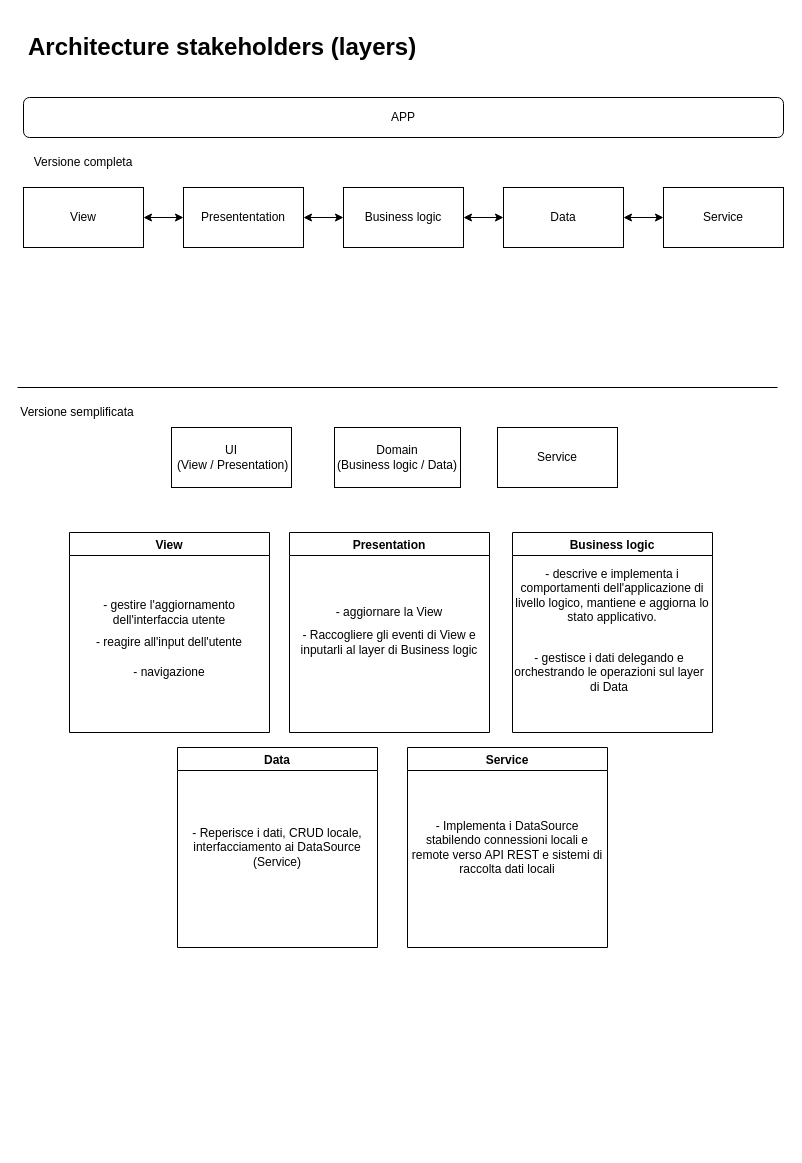
Earlier version of the draw.io diagram tips/architecture-stakeholders.drawio (lorenzo-miuccio/weather-app-flutter). Source tidied: cells renumbered, new cells numbered last; positions are measured from the earlier drawing's top-left corner, leaving out a move shared by most shapes. Both pictures are drawn from the tidied source at 100%, with x=0, y=0 at pixel (17, 27).
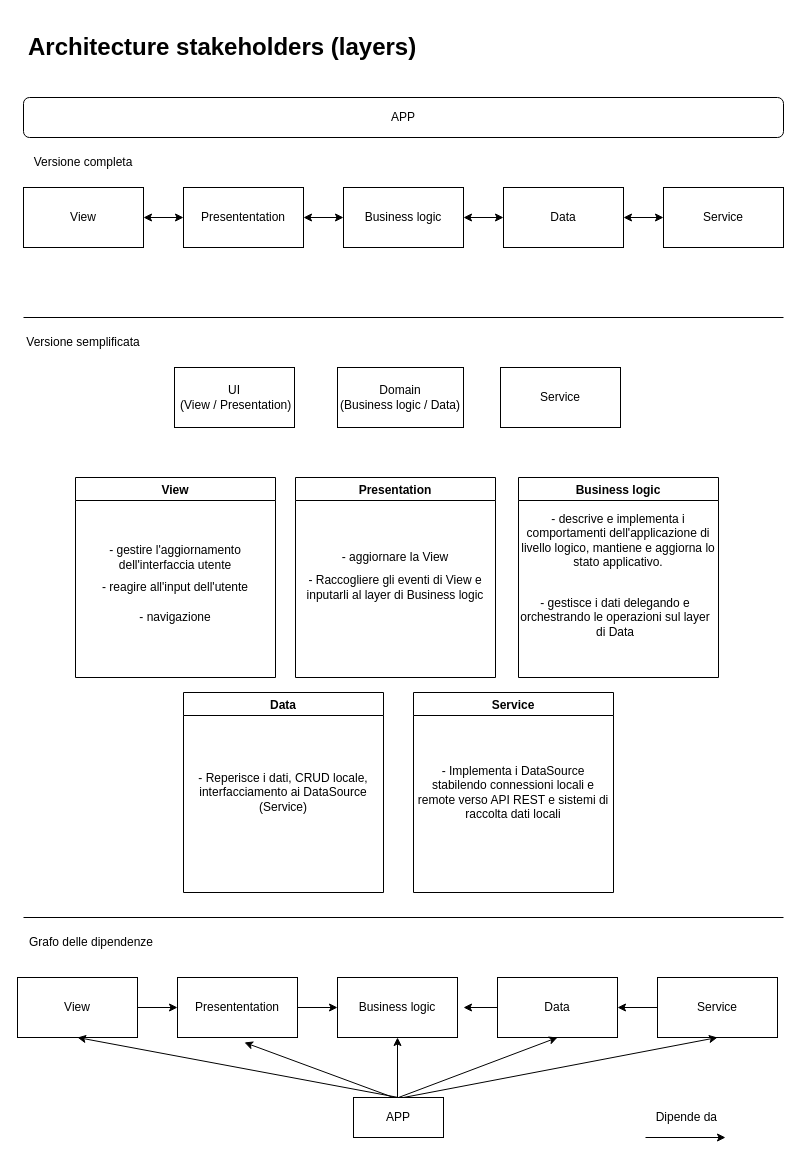
After the change.

The edit, as a diff of the source:
```diff
@@
     <mxCell id="8" value="UI&lt;br&gt;&amp;nbsp;(View / Presentation)" style="rounded=0;whiteSpace=wrap;html=1;" parent="1" vertex="1">
-      <mxGeometry x="154" y="400" width="120" height="60" as="geometry" />
+      <mxGeometry x="157" y="340" width="120" height="60" as="geometry" />
     </mxCell>
     <mxCell id="9" value="Domain&lt;br&gt;(Business logic / Data)" style="rounded=0;whiteSpace=wrap;html=1;" parent="1" vertex="1">
-      <mxGeometry x="317" y="400" width="126" height="60" as="geometry" />
+      <mxGeometry x="320" y="340" width="126" height="60" as="geometry" />
     </mxCell>
     <mxCell id="10" value="Service" style="rounded=0;whiteSpace=wrap;html=1;" parent="1" vertex="1">
-      <mxGeometry x="480" y="400" width="120" height="60" as="geometry" />
+      <mxGeometry x="483" y="340" width="120" height="60" as="geometry" />
     </mxCell>
@@
     <mxCell id="12" value="Versione semplificata" style="text;html=1;strokeColor=none;fillColor=none;align=center;verticalAlign=middle;whiteSpace=wrap;rounded=0;" parent="1" vertex="1">
-      <mxGeometry y="370" width="120" height="30" as="geometry" />
+      <mxGeometry x="6" y="300" width="120" height="30" as="geometry" />
     </mxCell>
     <mxCell id="13" style="endArrow=none;html=1;" parent="1" edge="1">
       <mxGeometry relative="1" as="geometry">
-        <mxPoint y="360" as="sourcePoint" />
-        <mxPoint x="760" y="360" as="targetPoint" />
+        <mxPoint x="6" y="290" as="sourcePoint" />
+        <mxPoint x="766" y="290" as="targetPoint" />
       </mxGeometry>
     </mxCell>
     <mxCell id="14" value="View" style="swimlane;" parent="1" vertex="1">
-      <mxGeometry x="52" y="505" width="200" height="200" as="geometry" />
+      <mxGeometry x="58" y="450" width="200" height="200" as="geometry" />
     </mxCell>
@@
     <mxCell id="18" value="Presentation" style="swimlane;" parent="1" vertex="1">
-      <mxGeometry x="272" y="505" width="200" height="200" as="geometry" />
+      <mxGeometry x="278" y="450" width="200" height="200" as="geometry" />
     </mxCell>
@@
     <mxCell id="21" value="Business logic" style="swimlane;" parent="1" vertex="1">
-      <mxGeometry x="495" y="505" width="200" height="200" as="geometry" />
+      <mxGeometry x="501" y="450" width="200" height="200" as="geometry" />
     </mxCell>
@@
     <mxCell id="24" value="Data" style="swimlane;" parent="1" vertex="1">
-      <mxGeometry x="160" y="720" width="200" height="200" as="geometry" />
+      <mxGeometry x="166" y="665" width="200" height="200" as="geometry" />
     </mxCell>
@@
     <mxCell id="26" value="Service" style="swimlane;" parent="1" vertex="1">
-      <mxGeometry x="390" y="720" width="200" height="200" as="geometry" />
+      <mxGeometry x="396" y="665" width="200" height="200" as="geometry" />
     </mxCell>
@@
+    <mxCell id="33" value="Grafo delle dipendenze" style="text;html=1;strokeColor=none;fillColor=none;align=center;verticalAlign=middle;whiteSpace=wrap;rounded=0;" parent="1" vertex="1">
+      <mxGeometry x="6" y="900" width="136" height="30" as="geometry" />
+    </mxCell>
+    <mxCell id="34" style="endArrow=none;html=1;" parent="1" edge="1">
+      <mxGeometry relative="1" as="geometry">
+        <mxPoint x="6" y="890" as="sourcePoint" />
+        <mxPoint x="766" y="890" as="targetPoint" />
+      </mxGeometry>
+    </mxCell>
+    <mxCell id="35" value="View" style="rounded=0;whiteSpace=wrap;html=1;" parent="1" vertex="1">
+      <mxGeometry y="950" width="120" height="60" as="geometry" />
+    </mxCell>
+    <mxCell id="36" value="Presententation" style="rounded=0;whiteSpace=wrap;html=1;" parent="1" vertex="1">
+      <mxGeometry x="160" y="950" width="120" height="60" as="geometry" />
+    </mxCell>
+    <mxCell id="37" value="Business logic" style="rounded=0;whiteSpace=wrap;html=1;" parent="1" vertex="1">
+      <mxGeometry x="320" y="950" width="120" height="60" as="geometry" />
+    </mxCell>
+    <mxCell id="38" value="Data" style="rounded=0;whiteSpace=wrap;html=1;" parent="1" vertex="1">
+      <mxGeometry x="480" y="950" width="120" height="60" as="geometry" />
+    </mxCell>
+    <mxCell id="39" value="Service" style="rounded=0;whiteSpace=wrap;html=1;" parent="1" vertex="1">
+      <mxGeometry x="640" y="950" width="120" height="60" as="geometry" />
+    </mxCell>
+    <mxCell id="40" style="endArrow=classic;html=1;exitX=1;exitY=0.5;exitDx=0;exitDy=0;entryX=0;entryY=0.5;entryDx=0;entryDy=0;" parent="1" edge="1" source="35" target="36">
+      <mxGeometry relative="1" as="geometry" />
+    </mxCell>
+    <mxCell id="41" style="endArrow=classic;html=1;exitX=1;exitY=0.5;exitDx=0;exitDy=0;entryX=0;entryY=0.5;entryDx=0;entryDy=0;" parent="1" edge="1" source="36" target="37">
+      <mxGeometry relative="1" as="geometry" />
+    </mxCell>
+    <mxCell id="42" style="endArrow=classic;html=1;exitX=0;exitY=0.5;exitDx=0;exitDy=0;" parent="1" edge="1" source="38">
+      <mxGeometry relative="1" as="geometry">
+        <mxPoint x="446" y="980" as="targetPoint" />
+      </mxGeometry>
+    </mxCell>
+    <mxCell id="43" style="endArrow=classic;html=1;entryX=1;entryY=0.5;entryDx=0;entryDy=0;exitX=0;exitY=0.5;exitDx=0;exitDy=0;" parent="1" edge="1" source="39" target="38">
+      <mxGeometry relative="1" as="geometry" />
+    </mxCell>
+    <mxCell id="44" value="APP" style="rounded=0;whiteSpace=wrap;html=1;" parent="1" vertex="1">
+      <mxGeometry x="336" y="1070" width="90" height="40" as="geometry" />
+    </mxCell>
+    <mxCell id="45" style="endArrow=classic;html=1;exitX=0.5;exitY=0;exitDx=0;exitDy=0;entryX=0.5;entryY=1;entryDx=0;entryDy=0;" parent="1" edge="1" source="44" target="35">
+      <mxGeometry relative="1" as="geometry" />
+    </mxCell>
+    <mxCell id="46" style="endArrow=classic;html=1;entryX=0.558;entryY=1.083;entryDx=0;entryDy=0;entryPerimeter=0;" parent="1" edge="1" target="36">
+      <mxGeometry relative="1" as="geometry">
+        <mxPoint x="376" y="1070" as="sourcePoint" />
+      </mxGeometry>
+    </mxCell>
+    <mxCell id="47" style="endArrow=classic;html=1;entryX=0.5;entryY=1;entryDx=0;entryDy=0;" parent="1" edge="1" target="37">
+      <mxGeometry relative="1" as="geometry">
+        <mxPoint x="380" y="1070" as="sourcePoint" />
+      </mxGeometry>
+    </mxCell>
+    <mxCell id="48" style="endArrow=classic;html=1;entryX=0.5;entryY=1;entryDx=0;entryDy=0;exitX=0.5;exitY=0;exitDx=0;exitDy=0;" parent="1" edge="1" source="44" target="38">
+      <mxGeometry relative="1" as="geometry" />
+    </mxCell>
+    <mxCell id="49" style="endArrow=classic;html=1;entryX=0.5;entryY=1;entryDx=0;entryDy=0;" parent="1" edge="1" target="39">
+      <mxGeometry relative="1" as="geometry">
+        <mxPoint x="386" y="1070" as="sourcePoint" />
+      </mxGeometry>
+    </mxCell>
+    <mxCell id="50" style="endArrow=classic;html=1;" parent="1" edge="1">
+      <mxGeometry relative="1" as="geometry">
+        <mxPoint x="628" y="1110" as="sourcePoint" />
+        <mxPoint x="708" y="1110" as="targetPoint" />
+      </mxGeometry>
+    </mxCell>
+    <mxCell id="51" value="Dipende da&amp;nbsp;" style="text;html=1;strokeColor=none;fillColor=none;align=center;verticalAlign=middle;whiteSpace=wrap;rounded=0;" parent="1" vertex="1">
+      <mxGeometry x="626" y="1075" width="90" height="30" as="geometry" />
+    </mxCell>
```
